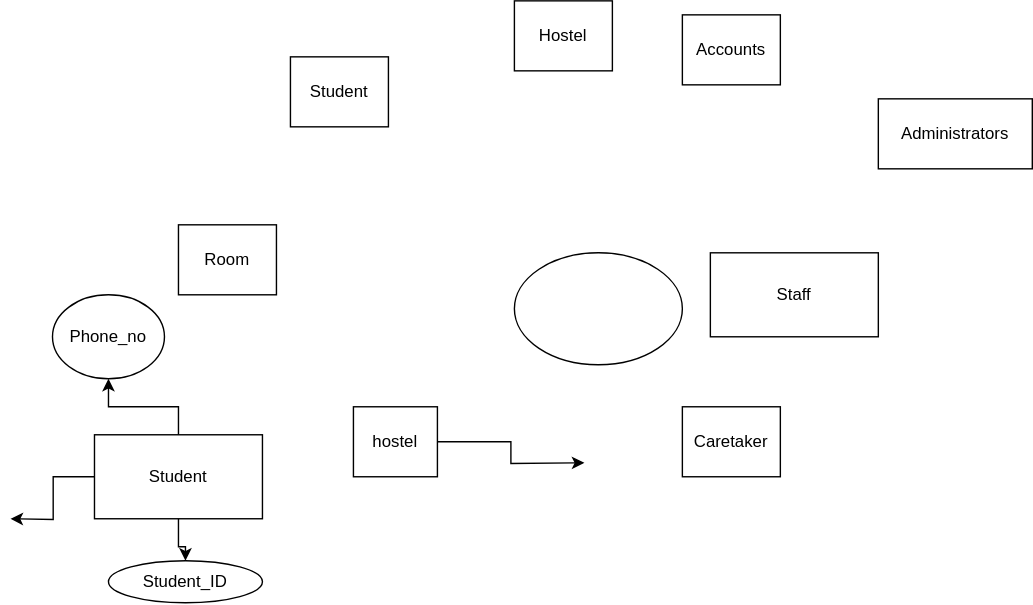
Zeven100/hostel_management keeps this draw.io diagram as hostel_management.drawio.svg. Above is the earlier version. Source tidied: cells renumbered, new cells last; positions are measured from the earlier drawing's top-left corner, leaving out a move shared by most shapes.
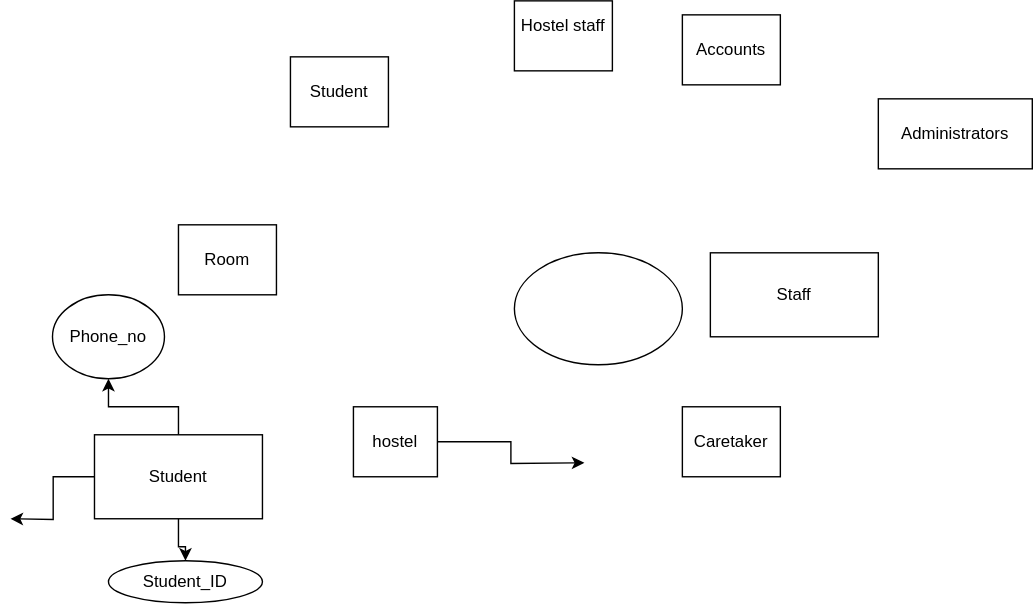
The same diagram one commit later.

What changed in the source:
```diff
@@ -13,7 +13,7 @@
     <mxCell id="4" value="Student" style="rounded=0;whiteSpace=wrap;html=1;" parent="1" vertex="1">
       <mxGeometry x="200" y="40" width="70" height="50" as="geometry" />
     </mxCell>
-    <mxCell id="5" value="Hostel" style="rounded=0;whiteSpace=wrap;html=1;" parent="1" vertex="1">
+    <mxCell id="5" value="Hostel staff&lt;div&gt;&lt;br&gt;&lt;/div&gt;" style="rounded=0;whiteSpace=wrap;html=1;" parent="1" vertex="1">
       <mxGeometry x="360" width="70" height="50" as="geometry" />
     </mxCell>
     <mxCell id="6" value="Accounts" style="rounded=0;whiteSpace=wrap;html=1;" parent="1" vertex="1">
```
